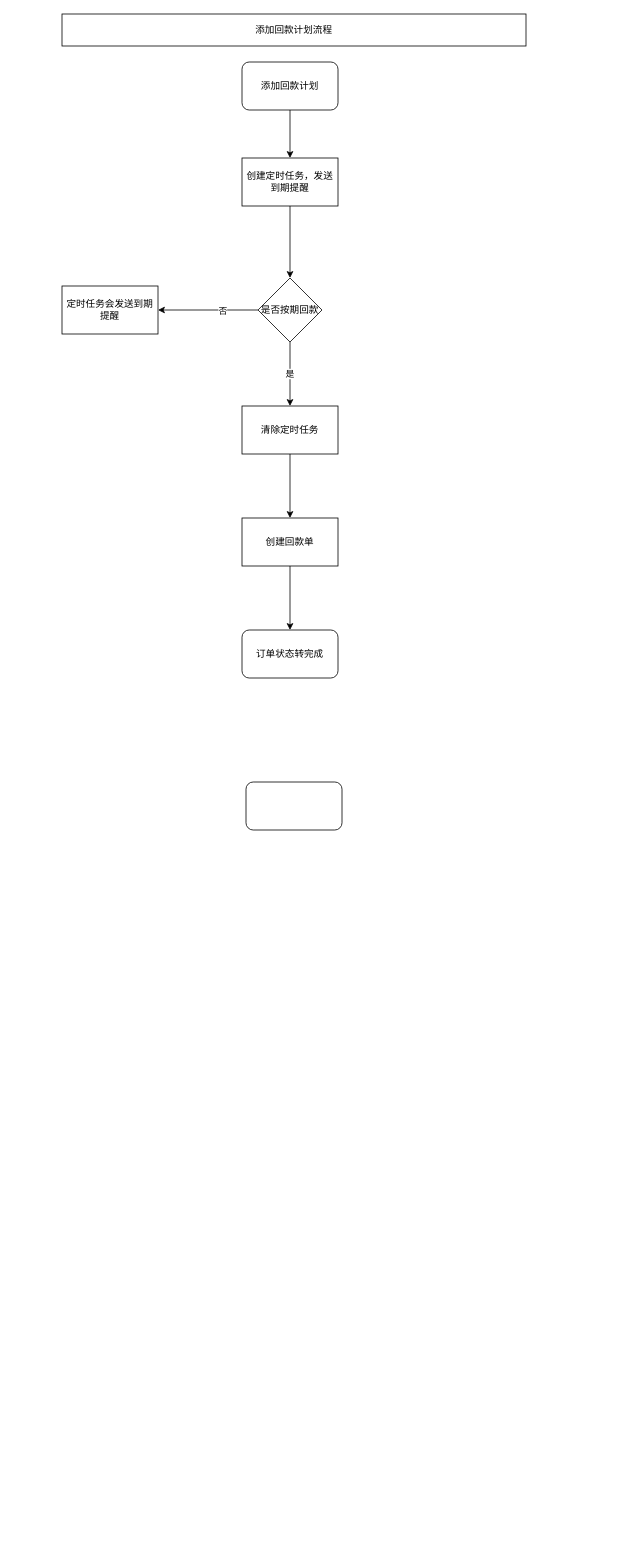
Earlier version of the draw.io diagram 回款版本流程图.drawio (langlanglanglanglang/diagrams). Source tidied: cells renumbered, new cells numbered last; positions are measured from the earlier drawing's top-left corner, leaving out a move shared by most shapes. Both pictures are drawn from the tidied source at 80%, with x=0, y=0 at pixel (62, 14).
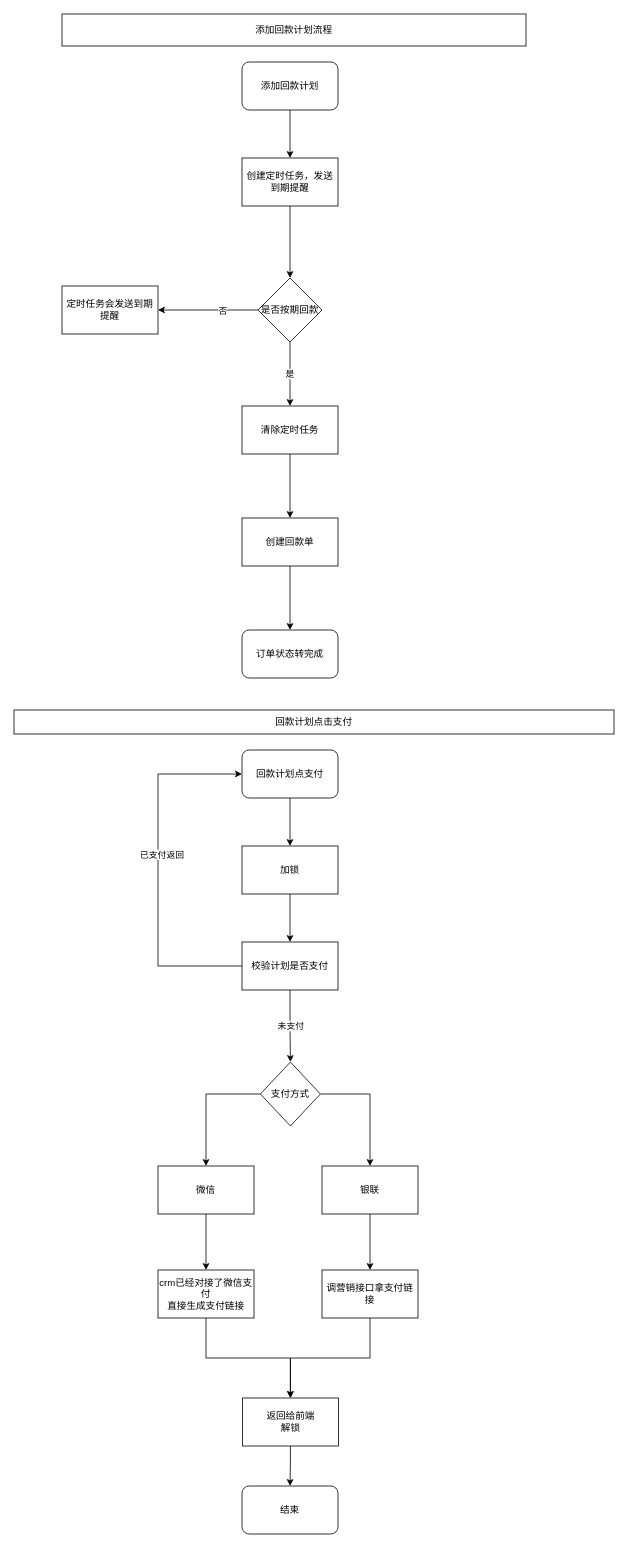
Above is the later version.

Commit message:
Update 回款版本流程图.drawio

The edit, as a diff of the source:
```diff
@@
+    <mxCell id="18" style="edgeStyle=orthogonalEdgeStyle;rounded=0;jettySize=auto;html=1;entryX=0.5;entryY=0;entryDx=0;entryDy=0;" parent="1" edge="1" source="16" target="20">
+      <mxGeometry relative="1" as="geometry" />
+    </mxCell>
-    <mxCell id="16" style="rounded=1;whiteSpace=wrap;html=1;" parent="1" vertex="1">
-      <mxGeometry x="230" y="960" width="120" height="60" as="geometry" />
+    <mxCell id="16" value="回款计划点支付" style="rounded=1;whiteSpace=wrap;html=1;" parent="1" vertex="1">
+      <mxGeometry x="225" y="920" width="120" height="60" as="geometry" />
     </mxCell>
@@
+    <mxCell id="19" style="edgeStyle=orthogonalEdgeStyle;rounded=0;jettySize=auto;html=1;" parent="1" edge="1" source="20" target="25">
+      <mxGeometry relative="1" as="geometry" />
+    </mxCell>
+    <mxCell id="20" value="加锁" style="rounded=0;whiteSpace=wrap;html=1;" parent="1" vertex="1">
+      <mxGeometry x="225" y="1040" width="120" height="60" as="geometry" />
+    </mxCell>
+    <mxCell id="21" style="edgeStyle=orthogonalEdgeStyle;rounded=0;jettySize=auto;html=1;entryX=0.5;entryY=0;entryDx=0;entryDy=0;" parent="1" edge="1" source="25" target="28">
+      <mxGeometry relative="1" as="geometry" />
+    </mxCell>
+    <mxCell id="22" value="未支付" style="edgeLabel;html=1;align=center;verticalAlign=middle;" parent="21" vertex="1">
+      <mxGeometry x="-0.25" relative="1" as="geometry">
+        <mxPoint y="10" as="offset" />
+      </mxGeometry>
+    </mxCell>
+    <mxCell id="23" style="edgeStyle=orthogonalEdgeStyle;rounded=0;jettySize=auto;html=1;entryX=0;entryY=0.5;entryDx=0;entryDy=0;" parent="1" edge="1" source="25" target="16">
+      <mxGeometry relative="1" as="geometry">
+        <Array as="points">
+          <mxPoint x="120" y="1190" />
+          <mxPoint x="120" y="950" />
+        </Array>
+      </mxGeometry>
+    </mxCell>
+    <mxCell id="24" value="已支付返回" style="edgeLabel;html=1;align=center;verticalAlign=middle;" parent="23" vertex="1">
+      <mxGeometry x="0.09" y="-4" relative="1" as="geometry" />
+    </mxCell>
+    <mxCell id="25" value="校验计划是否支付" style="rounded=0;whiteSpace=wrap;html=1;" parent="1" vertex="1">
+      <mxGeometry x="225" y="1160" width="120" height="60" as="geometry" />
+    </mxCell>
+    <mxCell id="26" style="edgeStyle=orthogonalEdgeStyle;rounded=0;jettySize=auto;html=1;entryX=0.5;entryY=0;entryDx=0;entryDy=0;" parent="1" edge="1" source="28" target="30">
+      <mxGeometry relative="1" as="geometry" />
+    </mxCell>
+    <mxCell id="27" style="edgeStyle=orthogonalEdgeStyle;rounded=0;jettySize=auto;html=1;entryX=0.5;entryY=0;entryDx=0;entryDy=0;" parent="1" edge="1" source="28" target="32">
+      <mxGeometry relative="1" as="geometry" />
+    </mxCell>
+    <mxCell id="28" value="支付方式" style="rhombus;whiteSpace=wrap;html=1;" parent="1" vertex="1">
+      <mxGeometry x="248" y="1310" width="75" height="80" as="geometry" />
+    </mxCell>
+    <mxCell id="29" style="edgeStyle=orthogonalEdgeStyle;rounded=0;jettySize=auto;html=1;" parent="1" edge="1" source="30" target="36">
+      <mxGeometry relative="1" as="geometry" />
+    </mxCell>
+    <mxCell id="30" value="微信" style="rounded=0;whiteSpace=wrap;html=1;" parent="1" vertex="1">
+      <mxGeometry x="120" y="1440" width="120" height="60" as="geometry" />
+    </mxCell>
+    <mxCell id="31" style="edgeStyle=orthogonalEdgeStyle;rounded=0;jettySize=auto;html=1;entryX=0.5;entryY=0;entryDx=0;entryDy=0;" parent="1" edge="1" source="32" target="34">
+      <mxGeometry relative="1" as="geometry" />
+    </mxCell>
+    <mxCell id="32" value="银联" style="rounded=0;whiteSpace=wrap;html=1;" parent="1" vertex="1">
+      <mxGeometry x="325" y="1440" width="120" height="60" as="geometry" />
+    </mxCell>
+    <mxCell id="33" style="edgeStyle=orthogonalEdgeStyle;rounded=0;jettySize=auto;html=1;entryX=0.5;entryY=0;entryDx=0;entryDy=0;" parent="1" edge="1" source="34" target="38">
+      <mxGeometry relative="1" as="geometry" />
+    </mxCell>
+    <mxCell id="34" value="调营销接口拿支付链接" style="rounded=0;whiteSpace=wrap;html=1;" parent="1" vertex="1">
+      <mxGeometry x="325" y="1570" width="120" height="60" as="geometry" />
+    </mxCell>
+    <mxCell id="35" style="edgeStyle=orthogonalEdgeStyle;rounded=0;jettySize=auto;html=1;entryX=0.5;entryY=0;entryDx=0;entryDy=0;" parent="1" edge="1" source="36" target="38">
+      <mxGeometry relative="1" as="geometry" />
+    </mxCell>
+    <mxCell id="36" value="crm已经对接了微信支付&lt;br&gt;直接生成支付链接" style="rounded=0;whiteSpace=wrap;html=1;" parent="1" vertex="1">
+      <mxGeometry x="120" y="1570" width="120" height="60" as="geometry" />
+    </mxCell>
+    <mxCell id="37" style="edgeStyle=orthogonalEdgeStyle;rounded=0;jettySize=auto;html=1;entryX=0.5;entryY=0;entryDx=0;entryDy=0;" parent="1" edge="1" source="38" target="39">
+      <mxGeometry relative="1" as="geometry" />
+    </mxCell>
+    <mxCell id="38" value="返回给前端&lt;br&gt;解锁" style="rounded=0;whiteSpace=wrap;html=1;" parent="1" vertex="1">
+      <mxGeometry x="225.5" y="1730" width="120" height="60" as="geometry" />
+    </mxCell>
+    <mxCell id="39" value="结束" style="rounded=1;whiteSpace=wrap;html=1;" parent="1" vertex="1">
+      <mxGeometry x="225" y="1840" width="120" height="60" as="geometry" />
+    </mxCell>
+    <mxCell id="40" value="回款计划点击支付" style="rounded=0;whiteSpace=wrap;html=1;" parent="1" vertex="1">
+      <mxGeometry x="-60" y="870" width="750" height="30" as="geometry" />
+    </mxCell>
```
